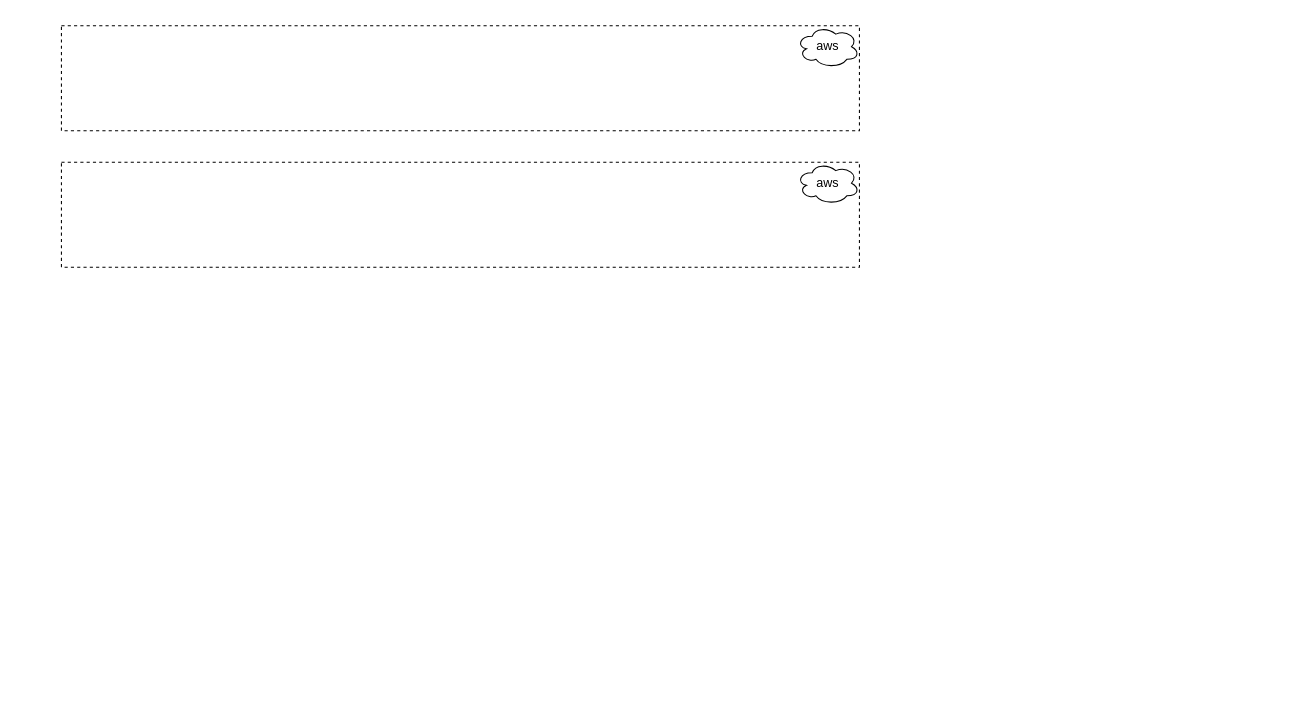
This is Untitled Diagram.drawio from jackie-thank/beego-authz, a draw.io file, before an edit. Source tidied: cells renumbered, new cells numbered last; positions are measured from the earlier drawing's top-left corner, leaving out a move shared by most shapes. Both pictures are drawn from the tidied source at 105%, with x=0, y=0 at pixel (61, 25).
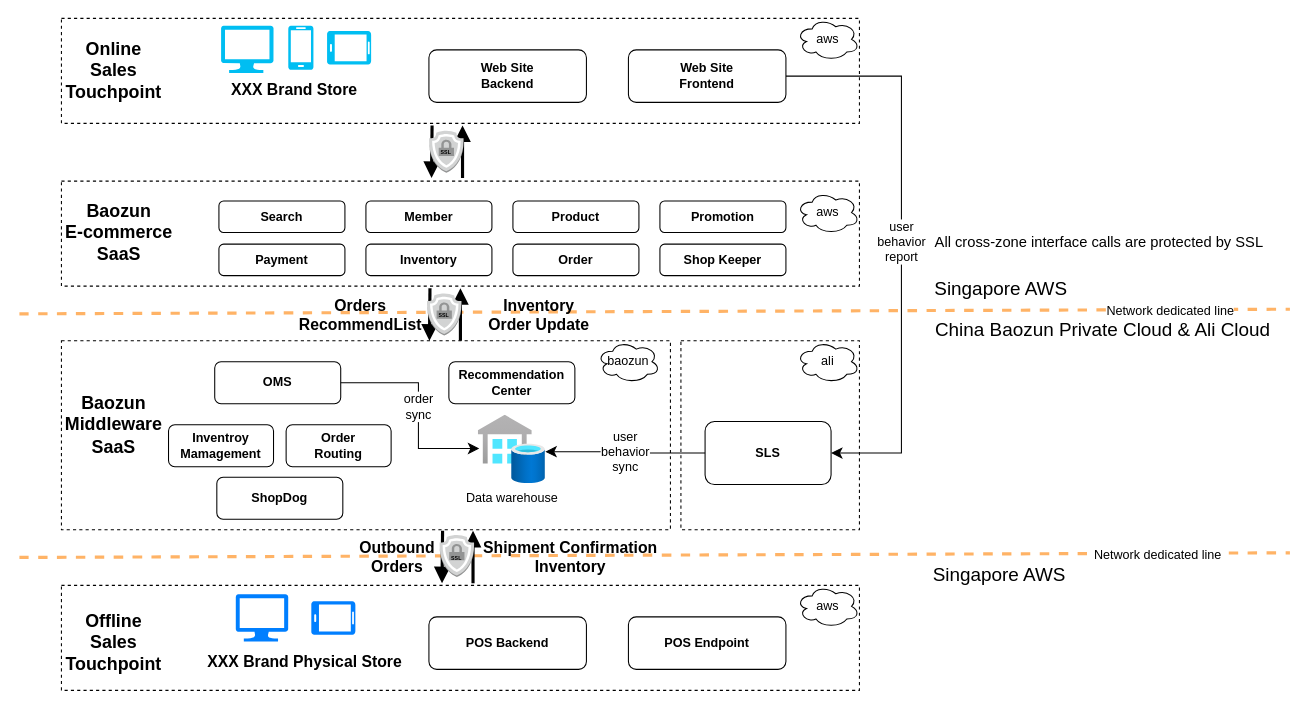
The same diagram, later.

Diff of the diagram source:
```diff
@@
+    <mxCell id="6" style="rounded=0;whiteSpace=wrap;html=1;dashed=1;" parent="1" vertex="1">
+      <mxGeometry y="533" width="760" height="100" as="geometry" />
+    </mxCell>
+    <mxCell id="7" style="rounded=0;whiteSpace=wrap;html=1;dashed=1;" parent="1" vertex="1">
+      <mxGeometry y="300" width="580" height="180" as="geometry" />
+    </mxCell>
     <mxCell id="2" style="rounded=0;whiteSpace=wrap;html=1;dashed=1;" parent="1" vertex="1">
-      <mxGeometry width="760" height="100" as="geometry" />
+      <mxGeometry y="-7" width="760" height="100" as="geometry" />
     </mxCell>
     <mxCell id="3" value="aws" style="ellipse;shape=cloud;whiteSpace=wrap;html=1;" parent="1" vertex="1">
-      <mxGeometry x="700" width="60" height="40" as="geometry" />
+      <mxGeometry x="700" y="-7" width="60" height="40" as="geometry" />
     </mxCell>
     <mxCell id="4" style="rounded=0;whiteSpace=wrap;html=1;dashed=1;" parent="1" vertex="1">
-      <mxGeometry y="130" width="760" height="100" as="geometry" />
+      <mxGeometry y="148" width="760" height="100" as="geometry" />
     </mxCell>
-    <mxCell id="5" value="aws" style="ellipse;shape=cloud;whiteSpace=wrap;html=1;" parent="1" vertex="1">
-      <mxGeometry x="700" y="130" width="60" height="40" as="geometry" />
+    <mxCell id="5" value="&lt;div&gt;baozun&lt;/div&gt;" style="ellipse;shape=cloud;whiteSpace=wrap;html=1;" parent="1" vertex="1">
+      <mxGeometry x="510" y="300" width="60" height="40" as="geometry" />
     </mxCell>
+    <mxCell id="8" style="endArrow=none;dashed=1;html=1;rounded=0;fontSize=12;startSize=8;endSize=8;curved=1;strokeWidth=3;strokeColor=#FFB366;" parent="1" edge="1">
+      <mxGeometry relative="1" as="geometry">
+        <mxPoint x="-40" y="274.4" as="sourcePoint" />
+        <mxPoint x="1170" y="270" as="targetPoint" />
+      </mxGeometry>
+    </mxCell>
+    <mxCell id="9" value="Network dedicated line" style="edgeLabel;html=1;align=center;verticalAlign=middle;fontSize=12;" parent="8" vertex="1">
+      <mxGeometry x="0.81" y="-1" relative="1" as="geometry">
+        <mxPoint x="1" as="offset" />
+      </mxGeometry>
+    </mxCell>
+    <mxCell id="10" value="OMS" style="rounded=1;whiteSpace=wrap;html=1;fontStyle=1;" parent="1" vertex="1">
+      <mxGeometry x="146" y="320" width="120" height="40" as="geometry" />
+    </mxCell>
+    <mxCell id="11" value="aws" style="ellipse;shape=cloud;whiteSpace=wrap;html=1;" parent="1" vertex="1">
+      <mxGeometry x="700" y="158" width="60" height="40" as="geometry" />
+    </mxCell>
+    <mxCell id="12" value="ShopDog" style="rounded=1;whiteSpace=wrap;html=1;fontStyle=1;" parent="1" vertex="1">
+      <mxGeometry x="148" y="430" width="120" height="40" as="geometry" />
+    </mxCell>
+    <mxCell id="13" style="rounded=0;whiteSpace=wrap;html=1;dashed=1;" parent="1" vertex="1">
+      <mxGeometry x="590" y="300" width="170" height="180" as="geometry" />
+    </mxCell>
+    <mxCell id="14" value="SLS" style="rounded=1;whiteSpace=wrap;html=1;fontStyle=1;" parent="1" vertex="1">
+      <mxGeometry x="613" y="377" width="120" height="60" as="geometry" />
+    </mxCell>
+    <mxCell id="15" value="ali" style="ellipse;shape=cloud;whiteSpace=wrap;html=1;" parent="1" vertex="1">
+      <mxGeometry x="700" y="300" width="60" height="40" as="geometry" />
+    </mxCell>
+    <mxCell id="16" value="&lt;div&gt;Recommendation&lt;/div&gt;&lt;div&gt;Center&lt;/div&gt;" style="rounded=1;whiteSpace=wrap;html=1;fontStyle=1;" parent="1" vertex="1">
+      <mxGeometry x="369" y="320" width="120" height="40" as="geometry" />
+    </mxCell>
+    <mxCell id="17" value="Member" style="rounded=1;whiteSpace=wrap;html=1;fontStyle=1;" parent="1" vertex="1">
+      <mxGeometry x="290" y="167" width="120" height="30" as="geometry" />
+    </mxCell>
+    <mxCell id="18" value="Product" style="rounded=1;whiteSpace=wrap;html=1;fontStyle=1;" parent="1" vertex="1">
+      <mxGeometry x="430" y="167" width="120" height="30" as="geometry" />
+    </mxCell>
+    <mxCell id="19" value="Promotion" style="rounded=1;whiteSpace=wrap;html=1;fontStyle=1;" parent="1" vertex="1">
+      <mxGeometry x="570" y="167" width="120" height="30" as="geometry" />
+    </mxCell>
+    <mxCell id="20" value="Inventory" style="rounded=1;whiteSpace=wrap;html=1;fontStyle=1;" parent="1" vertex="1">
+      <mxGeometry x="290" y="208" width="120" height="30" as="geometry" />
+    </mxCell>
+    <mxCell id="21" value="Shop Keeper" style="rounded=1;whiteSpace=wrap;html=1;fontStyle=1;" parent="1" vertex="1">
+      <mxGeometry x="570" y="208" width="120" height="30" as="geometry" />
+    </mxCell>
+    <mxCell id="22" value="Order" style="rounded=1;whiteSpace=wrap;html=1;fontStyle=1;" parent="1" vertex="1">
+      <mxGeometry x="430" y="208" width="120" height="30" as="geometry" />
+    </mxCell>
+    <mxCell id="23" value="Payment" style="rounded=1;whiteSpace=wrap;html=1;fontStyle=1;" parent="1" vertex="1">
+      <mxGeometry x="150" y="208" width="120" height="30" as="geometry" />
+    </mxCell>
+    <mxCell id="24" value="&lt;div&gt;Web Site&lt;/div&gt;&lt;div&gt;Backend&lt;/div&gt;" style="rounded=1;whiteSpace=wrap;html=1;fontStyle=1;" parent="1" vertex="1">
+      <mxGeometry x="350" y="23" width="150" height="50" as="geometry" />
+    </mxCell>
+    <mxCell id="25" style="endArrow=block;html=1;rounded=0;fontSize=12;startSize=8;endSize=8;curved=1;endFill=1;strokeWidth=3;" parent="1" edge="1">
+      <mxGeometry relative="1" as="geometry">
+        <mxPoint x="351" y="250" as="sourcePoint" />
+        <mxPoint x="350.5" y="300" as="targetPoint" />
+      </mxGeometry>
+    </mxCell>
+    <mxCell id="26" style="endArrow=none;html=1;rounded=0;fontSize=12;startSize=8;endSize=8;curved=1;startArrow=block;startFill=1;strokeWidth=3;" parent="1" edge="1">
+      <mxGeometry relative="1" as="geometry">
+        <mxPoint x="380" y="250" as="sourcePoint" />
+        <mxPoint x="380" y="300" as="targetPoint" />
+      </mxGeometry>
+    </mxCell>
+    <mxCell id="27" value="Search" style="rounded=1;whiteSpace=wrap;html=1;fontStyle=1;" parent="1" vertex="1">
+      <mxGeometry x="150" y="167" width="120" height="30" as="geometry" />
+    </mxCell>
+    <mxCell id="28" value="&lt;div&gt;user&lt;/div&gt;&lt;div&gt;behavior&lt;/div&gt;&lt;div&gt;report&lt;/div&gt;" style="rounded=0;jettySize=auto;html=1;exitX=1;exitY=0.5;exitDx=0;exitDy=0;entryX=1;entryY=0.5;entryDx=0;entryDy=0;fontSize=12;startSize=8;endSize=8;edgeStyle=orthogonalEdgeStyle;" parent="1" edge="1" source="29" target="14">
+      <mxGeometry relative="1" as="geometry">
+        <Array as="points">
+          <mxPoint x="800" y="48" />
+          <mxPoint x="800" y="407" />
+        </Array>
+      </mxGeometry>
+    </mxCell>
+    <mxCell id="29" value="&lt;div&gt;Web Site&lt;/div&gt;&lt;div&gt;Frontend&lt;/div&gt;" style="rounded=1;whiteSpace=wrap;html=1;fontStyle=1;" parent="1" vertex="1">
+      <mxGeometry x="540" y="23" width="150" height="50" as="geometry" />
+    </mxCell>
+    <mxCell id="30" value="&lt;div&gt;Baozun&lt;/div&gt;&lt;div&gt;E-commerce&lt;/div&gt;&lt;div&gt;SaaS&lt;/div&gt;" style="text;html=1;align=center;verticalAlign=middle;whiteSpace=wrap;rounded=0;fontSize=17;fontStyle=1;" parent="1" vertex="1">
+      <mxGeometry y="173" width="110" height="50" as="geometry" />
+    </mxCell>
+    <mxCell id="31" value="&lt;div&gt;Baozun&lt;/div&gt;&lt;div&gt;Middleware&lt;/div&gt;&lt;div&gt;SaaS&lt;/div&gt;" style="text;html=1;align=center;verticalAlign=middle;whiteSpace=wrap;rounded=0;fontSize=17;fontStyle=1;" parent="1" vertex="1">
+      <mxGeometry y="356" width="100" height="50" as="geometry" />
+    </mxCell>
+    <mxCell id="32" value="&lt;div&gt;Inventroy&lt;/div&gt;&lt;div&gt;Mamagement&lt;/div&gt;" style="rounded=1;whiteSpace=wrap;html=1;fontStyle=1;" parent="1" vertex="1">
+      <mxGeometry x="102" y="380" width="100" height="40" as="geometry" />
+    </mxCell>
+    <mxCell id="33" value="&lt;div&gt;Order&lt;/div&gt;&lt;div&gt;Routing&lt;/div&gt;" style="rounded=1;whiteSpace=wrap;html=1;fontStyle=1;" parent="1" vertex="1">
+      <mxGeometry x="214" y="380" width="100" height="40" as="geometry" />
+    </mxCell>
+    <mxCell id="34" style="group;" parent="1" vertex="1">
+      <mxGeometry x="348" y="255" width="33" height="40" as="geometry" />
+    </mxCell>
+    <mxCell id="35" style="dashed=0;verticalLabelPosition=bottom;verticalAlign=top;align=center;html=1;shape=mxgraph.aws3.ssl_padlock;fillColor=#D2D3D3;gradientColor=none;" parent="34" vertex="1">
+      <mxGeometry width="33" height="40" as="geometry" />
+    </mxCell>
+    <mxCell id="36" value="SSL" style="text;html=1;align=center;verticalAlign=middle;whiteSpace=wrap;rounded=0;fontSize=5;fontStyle=1;" parent="34" vertex="1">
+      <mxGeometry x="11" y="15" width="11" height="10" as="geometry" />
+    </mxCell>
+    <mxCell id="37" value="&lt;div&gt;Online&lt;/div&gt;&lt;div&gt;Sales&lt;/div&gt;&lt;div&gt;Touchpoint&lt;/div&gt;" style="text;html=1;align=center;verticalAlign=middle;whiteSpace=wrap;rounded=0;fontSize=17;fontStyle=1;" parent="1" vertex="1">
+      <mxGeometry y="18" width="100" height="50" as="geometry" />
+    </mxCell>
+    <mxCell id="38" value="Data warehouse" style="image;html=1;points=[];align=center;fontSize=12;image=img/lib/azure2/databases/SQL_Data_Warehouses.svg;" parent="1" vertex="1">
+      <mxGeometry x="397" y="371" width="64" height="65" as="geometry" />
+    </mxCell>
+    <mxCell id="39" value="&lt;div&gt;user&lt;/div&gt;&lt;div&gt;behavior&lt;/div&gt;&lt;div&gt;sync&lt;/div&gt;" style="edgeStyle=orthogonalEdgeStyle;rounded=0;jettySize=auto;html=1;exitX=0;exitY=0.5;exitDx=0;exitDy=0;entryX=0.998;entryY=0.534;entryDx=0;entryDy=0;entryPerimeter=0;fontSize=12;startSize=8;endSize=8;" parent="1" edge="1" source="14" target="38">
+      <mxGeometry relative="1" as="geometry" />
+    </mxCell>
+    <mxCell id="40" value="&lt;div&gt;order&lt;/div&gt;&lt;div&gt;sync&lt;/div&gt;" style="rounded=0;jettySize=auto;html=1;exitX=1;exitY=0.5;exitDx=0;exitDy=0;fontSize=12;startSize=8;endSize=8;edgeStyle=orthogonalEdgeStyle;entryX=0.015;entryY=0.487;entryDx=0;entryDy=0;entryPerimeter=0;" parent="1" edge="1" source="10" target="38">
+      <mxGeometry relative="1" as="geometry">
+        <Array as="points">
+          <mxPoint x="340" y="340" />
+          <mxPoint x="340" y="403" />
+        </Array>
+      </mxGeometry>
+    </mxCell>
+    <mxCell id="41" style="endArrow=block;html=1;rounded=0;fontSize=12;startSize=8;endSize=8;curved=1;endFill=1;strokeWidth=3;" parent="1" edge="1">
+      <mxGeometry relative="1" as="geometry">
+        <mxPoint x="353" y="95" as="sourcePoint" />
+        <mxPoint x="352.5" y="145" as="targetPoint" />
+      </mxGeometry>
+    </mxCell>
+    <mxCell id="42" style="endArrow=none;html=1;rounded=0;fontSize=12;startSize=8;endSize=8;curved=1;startArrow=block;startFill=1;strokeWidth=3;" parent="1" edge="1">
+      <mxGeometry relative="1" as="geometry">
+        <mxPoint x="382" y="95" as="sourcePoint" />
+        <mxPoint x="382" y="145" as="targetPoint" />
+      </mxGeometry>
+    </mxCell>
+    <mxCell id="43" style="group;fontStyle=1;" parent="1" vertex="1">
+      <mxGeometry x="350" y="100" width="33" height="40" as="geometry" />
+    </mxCell>
+    <mxCell id="44" style="dashed=0;verticalLabelPosition=bottom;verticalAlign=top;align=center;html=1;shape=mxgraph.aws3.ssl_padlock;fillColor=#D2D3D3;gradientColor=none;" parent="43" vertex="1">
+      <mxGeometry width="33" height="40" as="geometry" />
+    </mxCell>
+    <mxCell id="45" value="SSL" style="text;html=1;align=center;verticalAlign=middle;whiteSpace=wrap;rounded=0;fontSize=5;fontStyle=1;" parent="43" vertex="1">
+      <mxGeometry x="11" y="15" width="11" height="10" as="geometry" />
+    </mxCell>
+    <mxCell id="46" value="&lt;div&gt;Orders&lt;/div&gt;&lt;div&gt;RecommendList&lt;/div&gt;" style="text;html=1;align=center;verticalAlign=middle;whiteSpace=wrap;rounded=0;fontSize=15;fontStyle=1;" parent="1" vertex="1">
+      <mxGeometry x="220" y="260" width="130" height="30" as="geometry" />
+    </mxCell>
+    <mxCell id="47" value="&lt;div&gt;Inventory&lt;/div&gt;&lt;div&gt;Order Update&lt;/div&gt;" style="text;html=1;align=center;verticalAlign=middle;whiteSpace=wrap;rounded=0;fontSize=15;fontStyle=1;" parent="1" vertex="1">
+      <mxGeometry x="390" y="260" width="130" height="30" as="geometry" />
+    </mxCell>
+    <mxCell id="48" value="POS Backend" style="rounded=1;whiteSpace=wrap;html=1;fontStyle=1;" parent="1" vertex="1">
+      <mxGeometry x="350" y="563" width="150" height="50" as="geometry" />
+    </mxCell>
+    <mxCell id="49" value="Singapore AWS" style="text;html=1;align=center;verticalAlign=middle;whiteSpace=wrap;rounded=0;fontSize=18;" parent="1" vertex="1">
+      <mxGeometry x="820" y="232" width="150" height="38" as="geometry" />
+    </mxCell>
+    <mxCell id="50" value="China Baozun Private Cloud &amp;amp; Ali Cloud" style="text;html=1;align=center;verticalAlign=middle;whiteSpace=wrap;rounded=0;fontSize=18;" parent="1" vertex="1">
+      <mxGeometry x="827" y="271" width="330" height="38" as="geometry" />
+    </mxCell>
+    <mxCell id="51" value="All cross-zone interface calls are protected by SSL" style="text;html=1;align=center;verticalAlign=middle;whiteSpace=wrap;rounded=0;fontSize=14;" parent="1" vertex="1">
+      <mxGeometry x="827" y="192" width="323" height="28" as="geometry" />
+    </mxCell>
+    <mxCell id="52" style="endArrow=none;dashed=1;html=1;rounded=0;fontSize=12;startSize=8;endSize=8;curved=1;strokeWidth=3;strokeColor=#FFB366;" parent="1" edge="1">
+      <mxGeometry relative="1" as="geometry">
+        <mxPoint x="-40" y="506.4" as="sourcePoint" />
+        <mxPoint x="1170" y="502" as="targetPoint" />
+      </mxGeometry>
+    </mxCell>
+    <mxCell id="53" value="Network dedicated line" style="edgeLabel;html=1;align=center;verticalAlign=middle;fontSize=12;" parent="52" vertex="1">
+      <mxGeometry x="0.79" y="-1" relative="1" as="geometry">
+        <mxPoint x="1" as="offset" />
+      </mxGeometry>
+    </mxCell>
+    <mxCell id="54" style="endArrow=block;html=1;rounded=0;fontSize=12;startSize=8;endSize=8;curved=1;endFill=1;strokeWidth=3;" parent="1" edge="1">
+      <mxGeometry relative="1" as="geometry">
+        <mxPoint x="363" y="481" as="sourcePoint" />
+        <mxPoint x="362.5" y="531" as="targetPoint" />
+      </mxGeometry>
+    </mxCell>
+    <mxCell id="55" style="endArrow=none;html=1;rounded=0;fontSize=12;startSize=8;endSize=8;curved=1;startArrow=block;startFill=1;strokeWidth=3;" parent="1" edge="1">
+      <mxGeometry relative="1" as="geometry">
+        <mxPoint x="392" y="481" as="sourcePoint" />
+        <mxPoint x="392" y="531" as="targetPoint" />
+      </mxGeometry>
+    </mxCell>
+    <mxCell id="56" style="group;" parent="1" vertex="1">
+      <mxGeometry x="360" y="485" width="33" height="40" as="geometry" />
+    </mxCell>
+    <mxCell id="57" style="dashed=0;verticalLabelPosition=bottom;verticalAlign=top;align=center;html=1;shape=mxgraph.aws3.ssl_padlock;fillColor=#D2D3D3;gradientColor=none;" parent="56" vertex="1">
+      <mxGeometry width="33" height="40" as="geometry" />
+    </mxCell>
+    <mxCell id="58" value="SSL" style="text;html=1;align=center;verticalAlign=middle;whiteSpace=wrap;rounded=0;fontSize=5;fontStyle=1;" parent="56" vertex="1">
+      <mxGeometry x="11" y="16" width="11" height="10" as="geometry" />
+    </mxCell>
+    <mxCell id="59" value="&lt;div&gt;Outbound&lt;/div&gt;&lt;div&gt;Orders&lt;/div&gt;" style="text;html=1;align=center;verticalAlign=middle;whiteSpace=wrap;rounded=0;fontSize=15;fontStyle=1;" parent="1" vertex="1">
+      <mxGeometry x="290" y="491" width="60" height="30" as="geometry" />
+    </mxCell>
+    <mxCell id="60" value="&lt;div&gt;Shipment Confirmation&lt;/div&gt;&lt;div&gt;Inventory&lt;/div&gt;" style="text;html=1;align=center;verticalAlign=middle;whiteSpace=wrap;rounded=0;fontSize=15;fontStyle=1;" parent="1" vertex="1">
+      <mxGeometry x="400" y="491" width="170" height="30" as="geometry" />
+    </mxCell>
+    <mxCell id="61" value="POS Endpoint" style="rounded=1;whiteSpace=wrap;html=1;fontStyle=1;" parent="1" vertex="1">
+      <mxGeometry x="540" y="563" width="150" height="50" as="geometry" />
+    </mxCell>
+    <mxCell id="62" value="&lt;div&gt;Offline&lt;/div&gt;&lt;div&gt;Sales&lt;/div&gt;&lt;div&gt;Touchpoint&lt;/div&gt;" style="text;html=1;align=center;verticalAlign=middle;whiteSpace=wrap;rounded=0;fontSize=17;fontStyle=1;" parent="1" vertex="1">
+      <mxGeometry y="563" width="100" height="50" as="geometry" />
+    </mxCell>
+    <mxCell id="63" value="Singapore AWS" style="text;html=1;align=center;verticalAlign=middle;whiteSpace=wrap;rounded=0;fontSize=18;" parent="1" vertex="1">
+      <mxGeometry x="827" y="504" width="133" height="38" as="geometry" />
+    </mxCell>
+    <mxCell id="64" value="aws" style="ellipse;shape=cloud;whiteSpace=wrap;html=1;" parent="1" vertex="1">
+      <mxGeometry x="700" y="533" width="60" height="40" as="geometry" />
+    </mxCell>
+    <mxCell id="65" style="verticalLabelPosition=bottom;html=1;verticalAlign=top;align=center;strokeColor=none;fillColor=#00BEF2;shape=mxgraph.azure.mobile;" parent="1" vertex="1">
+      <mxGeometry x="216" width="24" height="42" as="geometry" />
+    </mxCell>
+    <mxCell id="66" style="verticalLabelPosition=bottom;html=1;verticalAlign=top;align=center;strokeColor=none;fillColor=#00BEF2;shape=mxgraph.azure.computer;" parent="1" vertex="1">
+      <mxGeometry x="152" width="50" height="45" as="geometry" />
+    </mxCell>
+    <mxCell id="67" value="XXX Brand Store" style="text;html=1;align=center;verticalAlign=middle;whiteSpace=wrap;rounded=0;fontSize=15;fontStyle=1;" parent="1" vertex="1">
+      <mxGeometry x="154" y="45" width="136" height="30" as="geometry" />
+    </mxCell>
+    <mxCell id="68" style="verticalLabelPosition=bottom;html=1;verticalAlign=top;align=center;strokeColor=none;fillColor=#00BEF2;shape=mxgraph.azure.mobile;rotation=90;" parent="1" vertex="1">
+      <mxGeometry x="258" width="32" height="42" as="geometry" />
+    </mxCell>
+    <mxCell id="69" style="verticalLabelPosition=bottom;html=1;verticalAlign=top;align=center;strokeColor=none;fillColor=#007FFF;shape=mxgraph.azure.computer;" parent="1" vertex="1">
+      <mxGeometry x="166" y="541.5" width="50" height="45" as="geometry" />
+    </mxCell>
+    <mxCell id="70" value="XXX Brand Physical Store" style="text;html=1;align=center;verticalAlign=middle;whiteSpace=wrap;rounded=0;fontSize=15;fontStyle=1;" parent="1" vertex="1">
+      <mxGeometry x="134" y="590" width="196" height="30" as="geometry" />
+    </mxCell>
+    <mxCell id="71" style="verticalLabelPosition=bottom;html=1;verticalAlign=top;align=center;strokeColor=none;fillColor=#007FFF;shape=mxgraph.azure.mobile;rotation=90;" parent="1" vertex="1">
+      <mxGeometry x="243" y="543" width="32" height="42" as="geometry" />
+    </mxCell>
```
